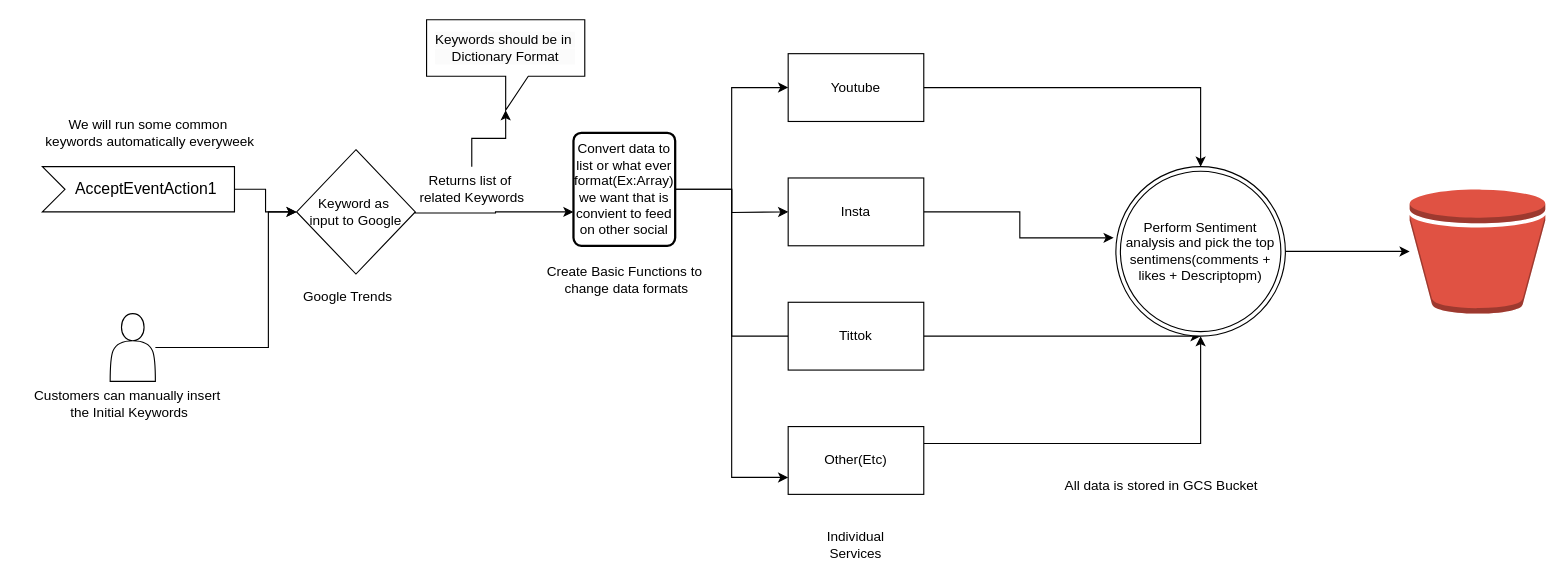
Earlier version of the draw.io diagram Sniffer.drawio (madhuammulu8/draw.io). Source tidied: cells renumbered, new cells numbered last; positions are measured from the earlier drawing's top-left corner, leaving out a move shared by most shapes. Both pictures are drawn from the tidied source at 113%, with x=0, y=0 at pixel (19, 19).
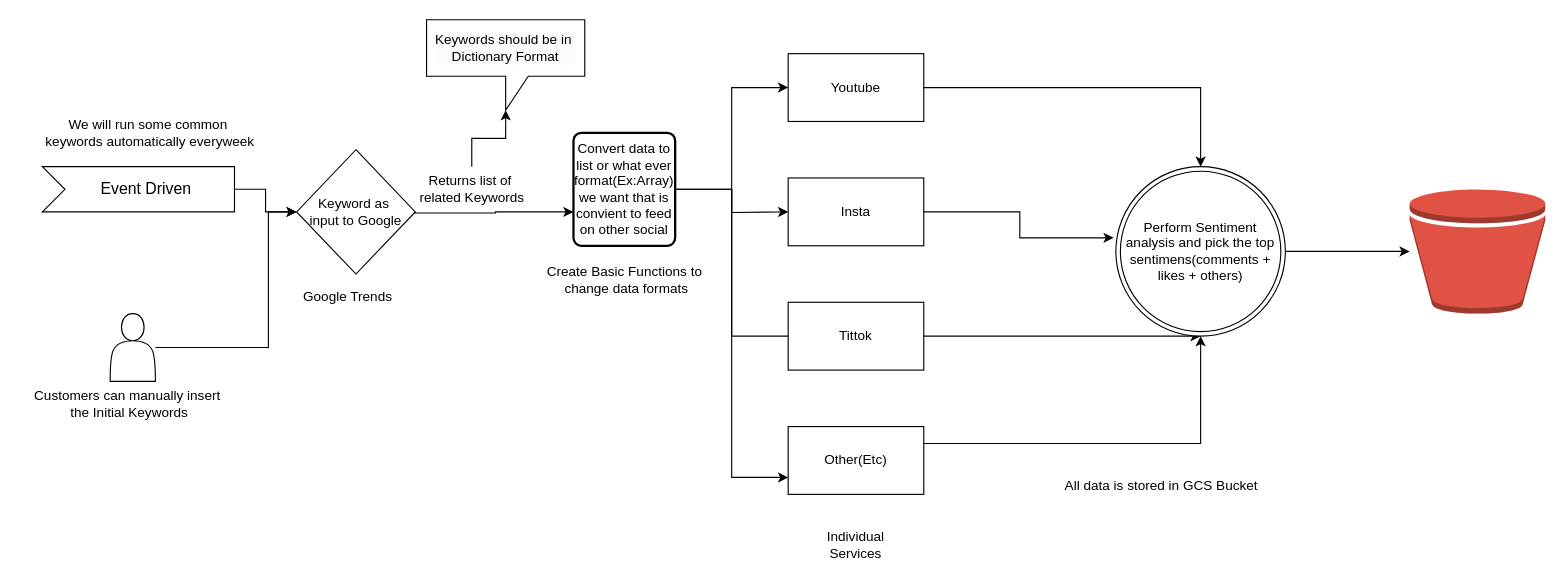
The same page after the edit.

Diff of the diagram source:
```diff
@@
-    <mxCell id="26" value="AcceptEventAction1" style="html=1;shape=mxgraph.infographic.ribbonSimple;notch1=20;notch2=0;align=center;verticalAlign=middle;fontSize=14;fontStyle=0;fillColor=#FFFFFF;flipH=0;spacingRight=0;spacingLeft=14;whiteSpace=wrap;" parent="1" vertex="1">
+    <mxCell id="26" value="Event Driven" style="html=1;shape=mxgraph.infographic.ribbonSimple;notch1=20;notch2=0;align=center;verticalAlign=middle;fontSize=14;fontStyle=0;fillColor=#FFFFFF;flipH=0;spacingRight=0;spacingLeft=14;whiteSpace=wrap;" parent="1" vertex="1">
       <mxGeometry x="20" y="130" width="170" height="40" as="geometry" />
     </mxCell>
@@
-    <mxCell id="29" value="Perform Sentiment analysis and pick the top sentimens(comments + likes + Descriptopm)" style="ellipse;shape=doubleEllipse;html=1;dashed=0;whiteSpace=wrap;" parent="1" vertex="1">
+    <mxCell id="29" value="Perform Sentiment analysis and pick the top sentimens(comments + likes + others)" style="ellipse;shape=doubleEllipse;html=1;dashed=0;whiteSpace=wrap;" parent="1" vertex="1">
       <mxGeometry x="970" y="130" width="150" height="150" as="geometry" />
     </mxCell>
```
